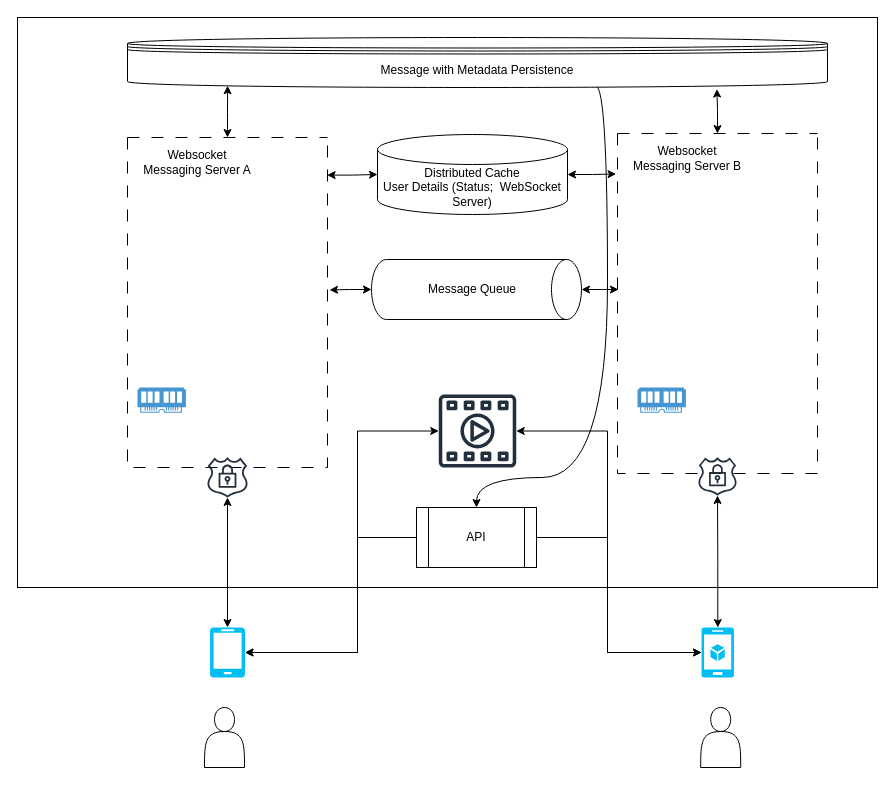
This is MessagingApp.drawio from shooreshi/draw.io, a draw.io file, before an edit. Source tidied: cells renumbered, new cells numbered last; positions are measured from the earlier drawing's top-left corner, leaving out a move shared by most shapes. Both pictures are drawn from the tidied source at 100%, with x=0, y=0 at pixel (17, 17).
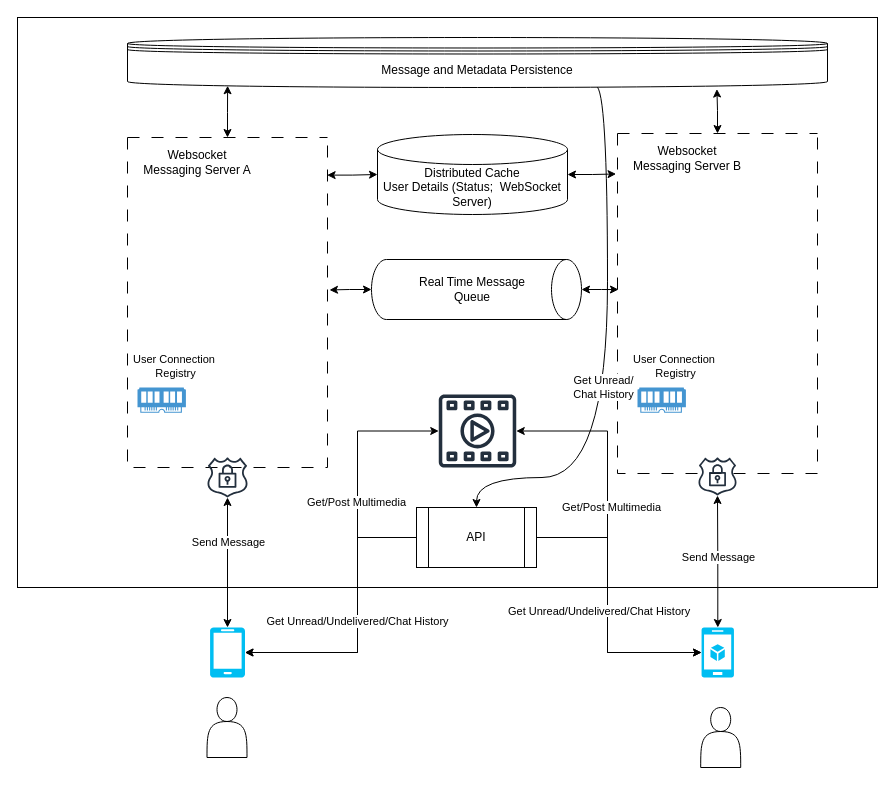
After the change.

Unchanged cells that the change refers to:
```xml
<mxCell id="6" style="swimlane;startSize=0;dashed=1;dashPattern=12 12;" parent="1" vertex="1">
  <mxGeometry x="600" y="116" width="200" height="340" as="geometry" />
</mxCell>
<mxCell id="9" style="edgeStyle=orthogonalEdgeStyle;rounded=0;jettySize=auto;html=1;curved=1;exitX=0.669;exitY=0.971;exitDx=0;exitDy=0;exitPerimeter=0;" parent="1" edge="1" source="10" target="28">
  <mxGeometry relative="1" as="geometry">
    <Array as="points">
      <mxPoint x="590" y="69" />
      <mxPoint x="590" y="460" />
      <mxPoint x="459" y="460" />
    </Array>
  </mxGeometry>
</mxCell>
<mxCell id="20" style="edgeStyle=orthogonalEdgeStyle;rounded=0;jettySize=auto;html=1;startArrow=classic;startFill=1;" parent="1" edge="1" source="21" target="16">
  <mxGeometry relative="1" as="geometry" />
</mxCell>
<mxCell id="22" style="edgeStyle=orthogonalEdgeStyle;rounded=0;jettySize=auto;html=1;startArrow=classic;startFill=1;" parent="1" edge="1" source="23" target="17">
  <mxGeometry relative="1" as="geometry" />
</mxCell>
<mxCell id="29" style="edgeStyle=orthogonalEdgeStyle;rounded=0;jettySize=auto;html=1;entryX=1;entryY=0.5;entryDx=0;entryDy=0;entryPerimeter=0;startArrow=classic;startFill=1;" parent="1" edge="1" source="30" target="21">
  <mxGeometry relative="1" as="geometry">
    <Array as="points">
      <mxPoint x="340" y="414" />
      <mxPoint x="340" y="635" />
    </Array>
  </mxGeometry>
</mxCell>
<mxCell id="31" style="edgeStyle=orthogonalEdgeStyle;rounded=0;jettySize=auto;html=1;entryX=1;entryY=0.5;entryDx=0;entryDy=0;entryPerimeter=0;startArrow=none;startFill=0;" parent="1" edge="1" source="28" target="21">
  <mxGeometry relative="1" as="geometry">
    <Array as="points">
      <mxPoint x="340" y="520" />
      <mxPoint x="340" y="635" />
    </Array>
  </mxGeometry>
</mxCell>
<mxCell id="32" style="edgeStyle=orthogonalEdgeStyle;rounded=0;jettySize=auto;html=1;entryX=0;entryY=0.5;entryDx=0;entryDy=0;entryPerimeter=0;startArrow=classic;startFill=1;" parent="1" edge="1" source="30" target="23">
  <mxGeometry relative="1" as="geometry">
    <Array as="points">
      <mxPoint x="590" y="414" />
      <mxPoint x="590" y="635" />
    </Array>
  </mxGeometry>
</mxCell>
```

Diff of the diagram source:
```diff
@@
+    <mxCell id="34" value="User Connection&amp;nbsp;&lt;div&gt;Registry&lt;/div&gt;" style="edgeLabel;html=1;align=center;verticalAlign=middle;" parent="6" vertex="1">
+      <mxGeometry x="60" y="234" as="geometry">
+        <mxPoint x="-3" y="-2" as="offset" />
+      </mxGeometry>
+    </mxCell>
@@
+    <mxCell id="35" value="Get Unread/&lt;div&gt;Chat History&lt;/div&gt;" style="edgeLabel;html=1;align=center;verticalAlign=middle;" parent="9" vertex="1">
+      <mxGeometry x="0.11" y="-5" relative="1" as="geometry" />
+    </mxCell>
-    <mxCell id="10" value="Message with Metadata Persistence" style="shape=datastore;whiteSpace=wrap;html=1;" parent="1" vertex="1">
+    <mxCell id="10" value="Message and Metadata Persistence" style="shape=datastore;whiteSpace=wrap;html=1;" parent="1" vertex="1">
       <mxGeometry x="110" y="20" width="700" height="50" as="geometry" />
     </mxCell>
@@
-    <mxCell id="13" value="Message Queue" style="text;html=1;align=center;verticalAlign=middle;whiteSpace=wrap;rounded=0;" parent="1" vertex="1">
+    <mxCell id="13" value="Real Time Message Queue" style="text;html=1;align=center;verticalAlign=middle;whiteSpace=wrap;rounded=0;" parent="1" vertex="1">
       <mxGeometry x="395" y="257" width="120" height="30" as="geometry" />
     </mxCell>
@@
+    <mxCell id="36" value="Send Message" style="edgeLabel;html=1;align=center;verticalAlign=middle;" parent="20" vertex="1">
+      <mxGeometry x="0.32" relative="1" as="geometry" />
+    </mxCell>
@@
+    <mxCell id="37" value="Send Message" style="edgeLabel;html=1;align=center;verticalAlign=middle;" parent="22" vertex="1">
+      <mxGeometry x="0.08" relative="1" as="geometry" />
+    </mxCell>
@@
     <mxCell id="24" style="shape=actor;whiteSpace=wrap;html=1;" parent="1" vertex="1">
-      <mxGeometry x="187" y="690" width="40" height="60" as="geometry" />
+      <mxGeometry x="189.5" y="680" width="40" height="60" as="geometry" />
     </mxCell>
@@
+    <mxCell id="38" value="Get/Post Multimedia" style="edgeLabel;html=1;align=center;verticalAlign=middle;" parent="29" vertex="1">
+      <mxGeometry x="-0.27" y="-2" relative="1" as="geometry" />
+    </mxCell>
@@
+    <mxCell id="39" value="Get Unread/Undelivered/Chat History" style="edgeLabel;html=1;align=center;verticalAlign=middle;" parent="31" vertex="1">
+      <mxGeometry x="-0.01" y="-1" relative="1" as="geometry" />
+    </mxCell>
@@
+    <mxCell id="40" value="Get/Post Multimedia" style="edgeLabel;html=1;align=center;verticalAlign=middle;" parent="32" vertex="1">
+      <mxGeometry x="-0.18" y="3" relative="1" as="geometry" />
+    </mxCell>
@@
+    <mxCell id="41" value="&lt;span style=&quot;color: rgb(0, 0, 0); font-family: Helvetica; font-size: 11px; font-style: normal; font-variant-ligatures: normal; font-variant-caps: normal; font-weight: 400; letter-spacing: normal; orphans: 2; text-align: center; text-indent: 0px; text-transform: none; widows: 2; word-spacing: 0px; -webkit-text-stroke-width: 0px; white-space: nowrap; background-color: rgb(255, 255, 255); text-decoration-thickness: initial; text-decoration-style: initial; text-decoration-color: initial; display: inline !important; float: none;&quot;&gt;Get Unread/Undelivered/Chat History&lt;/span&gt;" style="text;whiteSpace=wrap;html=1;" parent="1" vertex="1">
+      <mxGeometry x="489" y="580" width="220" height="40" as="geometry" />
+    </mxCell>
+    <mxCell id="42" value="User Connection&amp;nbsp;&lt;div&gt;Registry&lt;/div&gt;" style="edgeLabel;html=1;align=center;verticalAlign=middle;" parent="1" vertex="1">
+      <mxGeometry x="160" y="350" as="geometry">
+        <mxPoint x="-3" y="-2" as="offset" />
+      </mxGeometry>
+    </mxCell>
```
